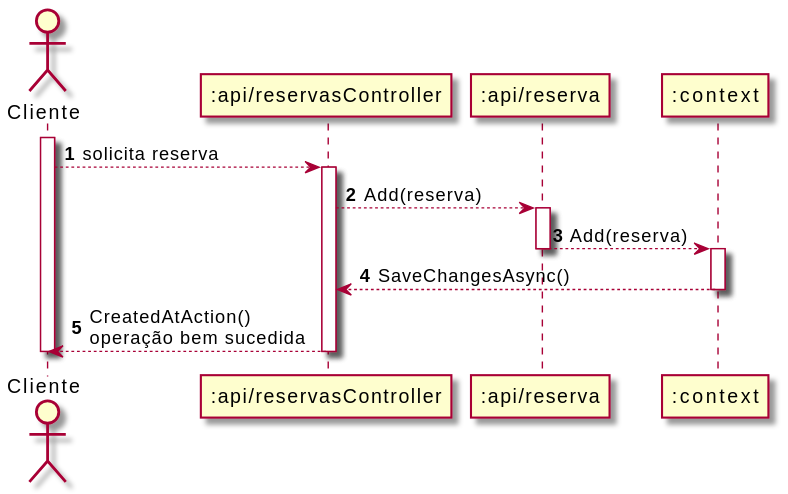
Before: Documentos/Sprint2/UC2/UC2-SD.svg, a diagram exported from PlantUML (UPskillDOTNET/Jakim-das-Coives-S.A.).
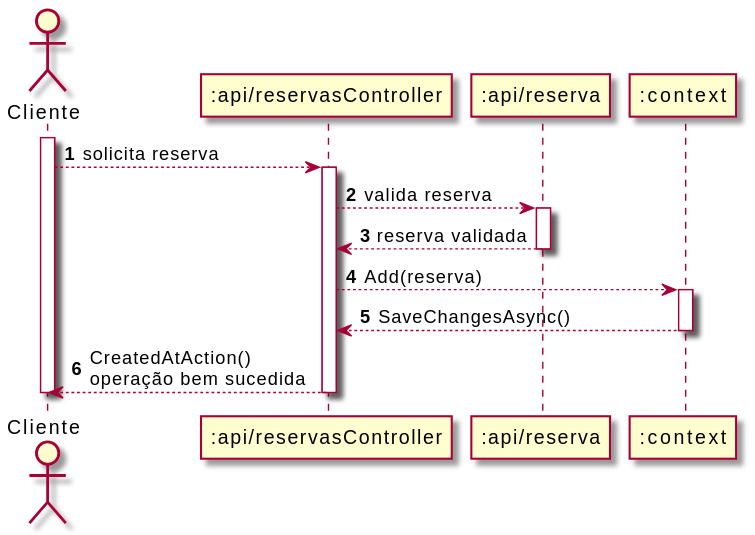
After the change.

Change to the diagram source:
```diff
@@ -9,14 +9,14 @@
 CL --> RC : solicita reserva
 activate RC
 
-RC --> R : Add(reserva)
+RC --> R : valida reserva
 activate R
 
+R --> RC : reserva validada
+deactivate R
 
-R --> C : Add(reserva)
-deactivate R
+RC --> C : Add(reserva)
 activate C
-
 
 C --> RC : SaveChangesAsync()
 deactivate C
```
